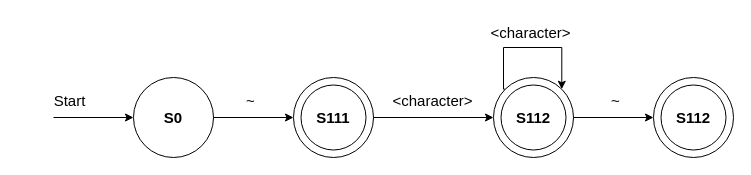
MonaJea-Ng/Projects keeps this draw.io diagram as comments.drawio. Above is the earlier version. Source tidied: cells renumbered, new cells numbered last; positions are measured from the earlier drawing's top-left corner, leaving out a move shared by most shapes. Both pictures are drawn from the tidied source at 100%, with x=0, y=0 at pixel (17, 17).
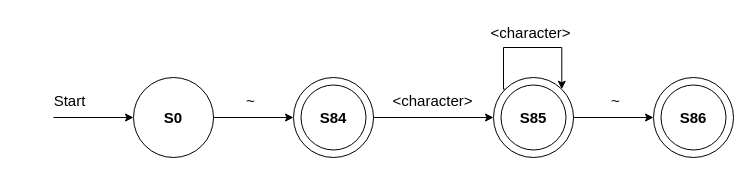
The same diagram, later.

The edit, as a diff of the source:
```diff
@@
-    <mxCell id="12" value="&lt;b&gt;&lt;font style=&quot;font-size: 15px;&quot;&gt;S112&lt;/font&gt;&lt;/b&gt;" style="text;html=1;strokeColor=none;fillColor=none;align=center;verticalAlign=middle;whiteSpace=wrap;rounded=0;" parent="1" vertex="1">
+    <mxCell id="12" value="&lt;b&gt;&lt;font style=&quot;font-size: 15px;&quot;&gt;S85&lt;/font&gt;&lt;/b&gt;" style="text;html=1;strokeColor=none;fillColor=none;align=center;verticalAlign=middle;whiteSpace=wrap;rounded=0;" parent="1" vertex="1">
       <mxGeometry x="486" y="85" width="60" height="30" as="geometry" />
     </mxCell>
@@
-    <mxCell id="15" value="&lt;b&gt;&lt;font style=&quot;font-size: 15px;&quot;&gt;S111&lt;/font&gt;&lt;/b&gt;" style="text;html=1;strokeColor=none;fillColor=none;align=center;verticalAlign=middle;whiteSpace=wrap;rounded=0;" parent="1" vertex="1">
+    <mxCell id="15" value="&lt;b&gt;&lt;font style=&quot;font-size: 15px;&quot;&gt;S84&lt;/font&gt;&lt;/b&gt;" style="text;html=1;strokeColor=none;fillColor=none;align=center;verticalAlign=middle;whiteSpace=wrap;rounded=0;" parent="1" vertex="1">
       <mxGeometry x="286" y="85" width="60" height="30" as="geometry" />
     </mxCell>
@@
-    <mxCell id="19" value="&lt;b&gt;&lt;font style=&quot;font-size: 15px;&quot;&gt;S112&lt;/font&gt;&lt;/b&gt;" style="text;html=1;strokeColor=none;fillColor=none;align=center;verticalAlign=middle;whiteSpace=wrap;rounded=0;" parent="1" vertex="1">
+    <mxCell id="19" value="&lt;b&gt;&lt;font style=&quot;font-size: 15px;&quot;&gt;S86&lt;/font&gt;&lt;/b&gt;" style="text;html=1;strokeColor=none;fillColor=none;align=center;verticalAlign=middle;whiteSpace=wrap;rounded=0;" parent="1" vertex="1">
       <mxGeometry x="646" y="85" width="60" height="30" as="geometry" />
     </mxCell>
```
